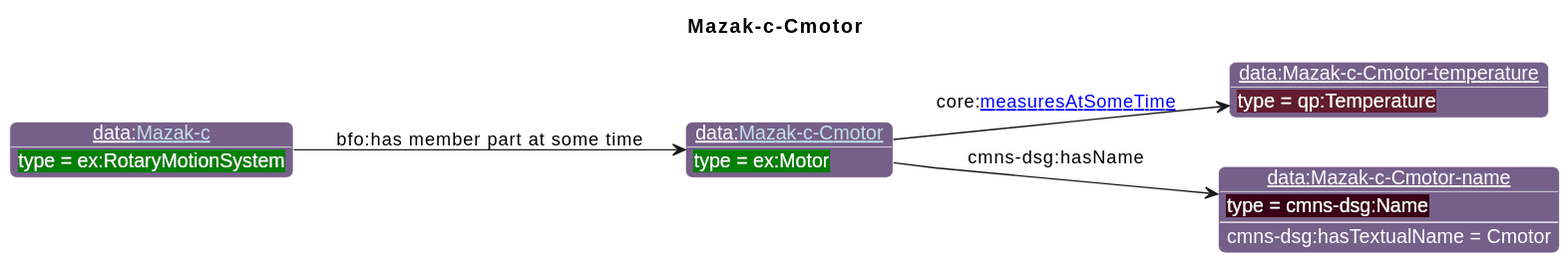
Before: diagrams/Mazak-c-Cmotor.svg, a diagram exported from PlantUML (iofoundry/example-syseng-mtconnect).
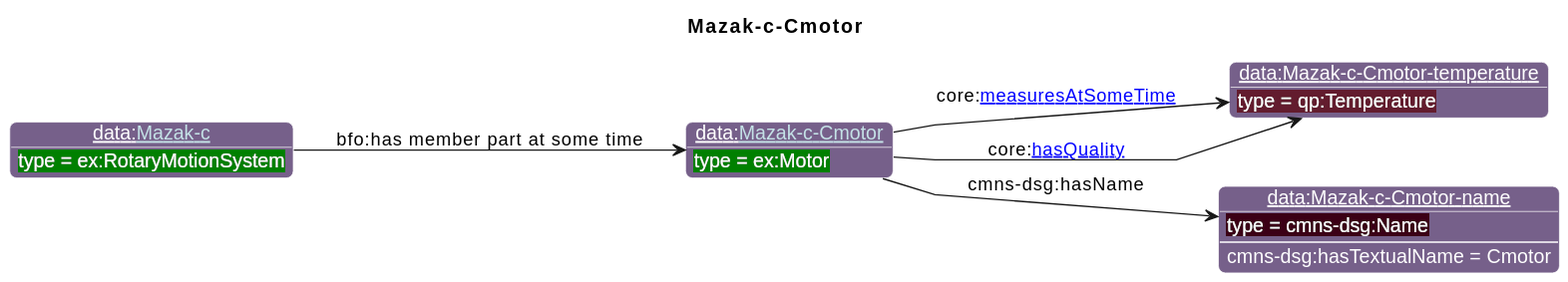
After the commit.

The edit, as a diff of the source:
```diff
@@ -24,6 +24,7 @@
 individual(o3, data:Mazak-c-Cmotor-name, cmns-dsg:Name)
 individual(o4, data:[[./Mazak-c.html Mazak-c]], ex:RotaryMotionSystem)
 property(o1, core:[[https://spec.industrialontologies.org/ontology/core/Core/measuresAtSomeTime measuresAtSomeTime]], o2)
+property(o1, core:[[https://spec.industrialontologies.org/ontology/core/Core/hasQuality hasQuality]], o2)
 property(o1, cmns-dsg:hasName, o3)
 data(o3, cmns-dsg:hasTextualName, Cmotor)
 property(o4, "bfo:has member part at some time", o1)
```
